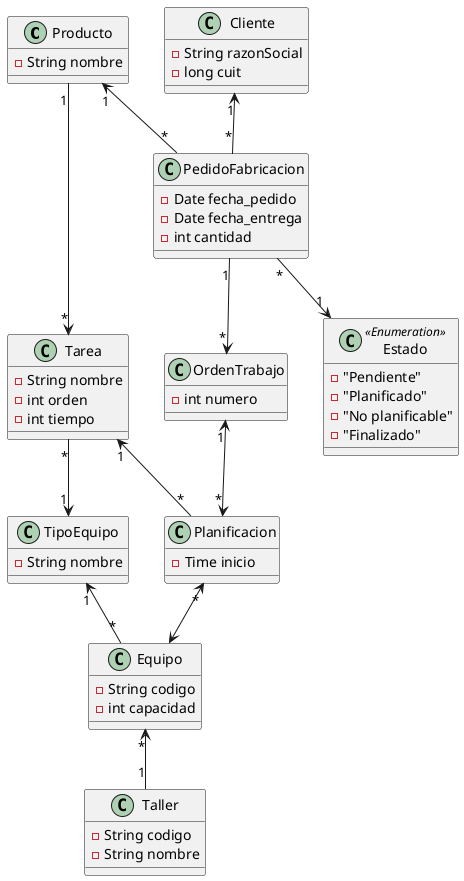
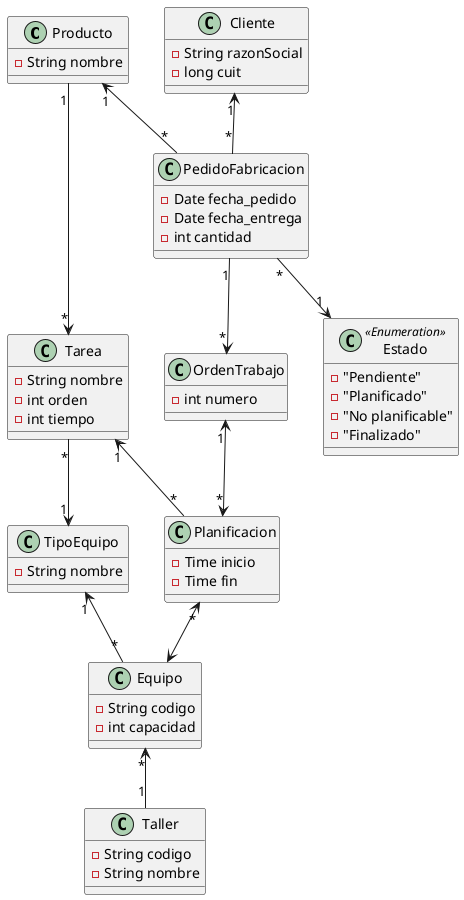
@startuml

class Producto{
  -String nombre
}
class Taller{
  -String codigo
  -String nombre
}
class TipoEquipo{
  -String nombre
}
class Tarea{
  -String nombre
  -int orden
  -int tiempo
}
class Equipo{
  -String codigo
  -int capacidad
}
class PedidoFabricacion{
  -Date fecha_pedido
  -Date fecha_entrega
  -int cantidad
}
class OrdenTrabajo{
  -int numero
}
class Planificacion{
  -Time inicio
+   -Time fin
}
class Estado<<Enumeration>>{
  -"Pendiente"
  -"Planificado"
  -"No planificable"
  -"Finalizado"
}
class Cliente{
  -String razonSocial
  -long cuit
}

Producto "1" <-- "*" PedidoFabricacion
Equipo "*" <-- "1" Taller
Producto "1" --> "*" Tarea
OrdenTrabajo "1" <--> "*" Planificacion
Planificacion "*"<--> Equipo
TipoEquipo "1" <-- "*" Equipo
Tarea "*" --> "1" TipoEquipo
Tarea "1" <-- "*" Planificacion
PedidoFabricacion "1" --> "*" OrdenTrabajo
PedidoFabricacion "*" --> "1" Estado
Cliente "1" <-- "*" PedidoFabricacion

@enduml
